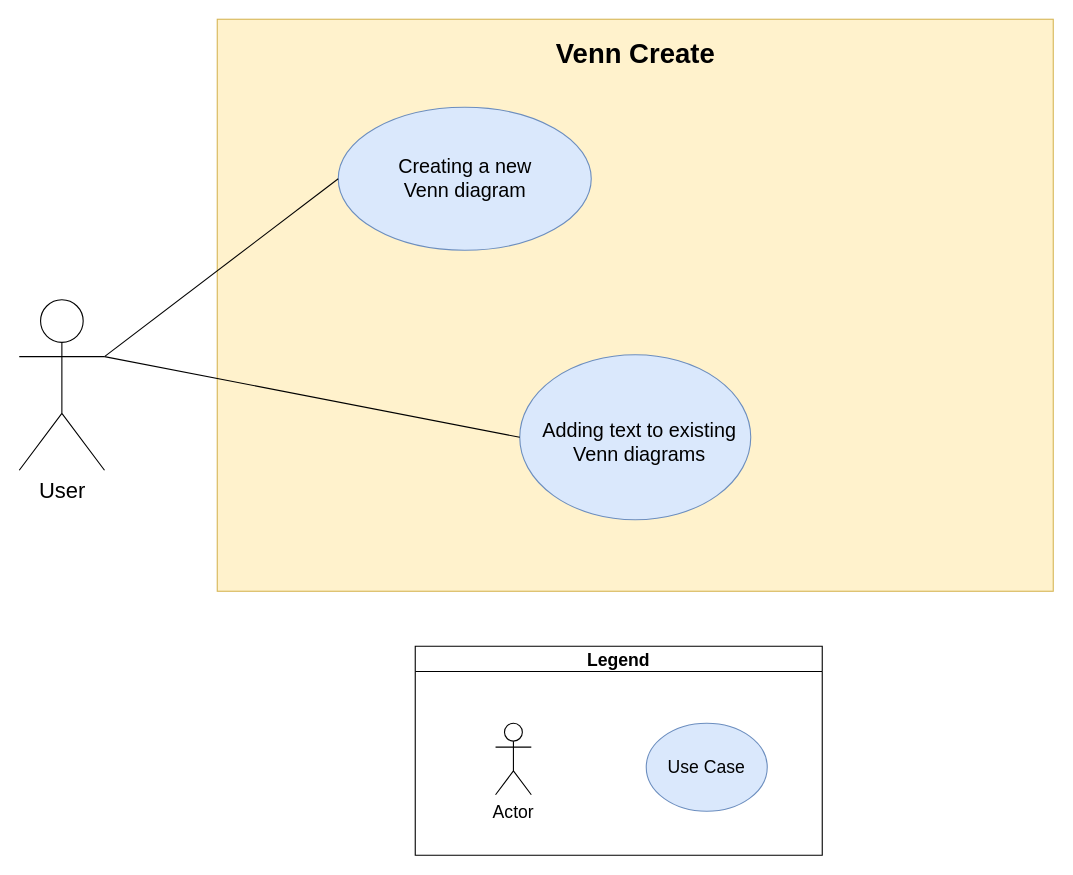
This is Documents/Venn-RD/draw.io/use-case-diagram.drawio from MaxsLi/EECS2311, a draw.io file, before an edit. Source tidied: cells renumbered, new cells numbered last; positions are measured from the earlier drawing's top-left corner, leaving out a move shared by most shapes. Both pictures are drawn from the tidied source at 110%, with x=0, y=0 at pixel (19, 19).
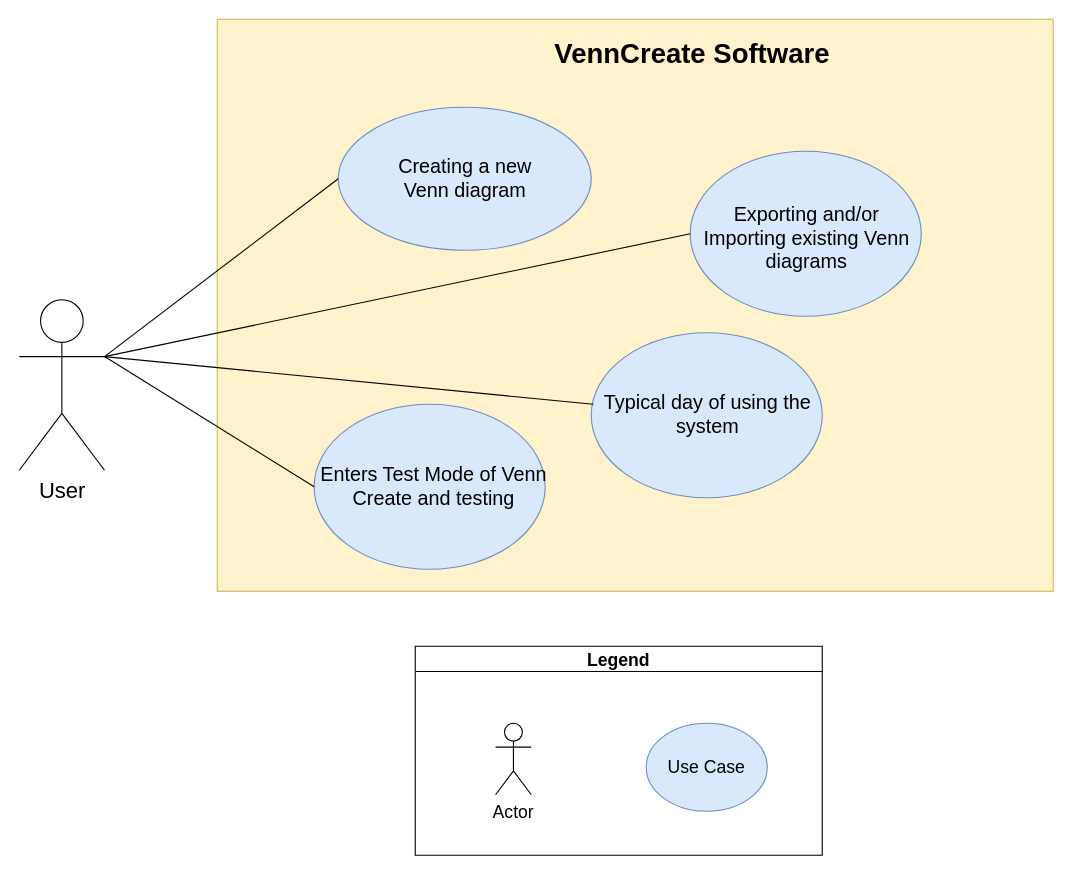
Above is the later version.

The change refers to these unchanged cells:
```xml
<mxCell id="2" value="User" style="shape=umlActor;verticalLabelPosition=bottom;labelBackgroundColor=#ffffff;verticalAlign=top;html=1;outlineConnect=0;fontSize=20;" parent="1" vertex="1">
  <mxGeometry y="255" width="77.5" height="155" as="geometry" />
</mxCell>
```

The edit, as a diff of the source:
```diff
@@
-    <mxCell id="3" style="whiteSpace=wrap;html=1;fillColor=#fff2cc;strokeColor=#d6b656;" parent="1" vertex="1">
-      <mxGeometry x="180" width="760" height="520" as="geometry" />
-    </mxCell>
-    <mxCell id="4" value="&lt;font style=&quot;font-size: 25px;&quot;&gt;&lt;b style=&quot;font-size: 25px;&quot;&gt;&lt;font style=&quot;font-size: 25px;&quot;&gt;Venn Create&lt;/font&gt;&lt;/b&gt;&lt;/font&gt;" style="text;html=1;strokeColor=none;fillColor=none;align=center;verticalAlign=middle;whiteSpace=wrap;rounded=0;fontSize=25;" parent="1" vertex="1">
-      <mxGeometry x="482.5" y="20" width="155" height="20" as="geometry" />
-    </mxCell>
+    <mxCell id="15" style="whiteSpace=wrap;html=1;fillColor=#fff2cc;strokeColor=#d6b656;" parent="1" vertex="1">
+      <mxGeometry x="180" width="760" height="520" as="geometry" />
+    </mxCell>
+    <mxCell id="16" value="&lt;font style=&quot;font-size: 25px&quot;&gt;&lt;b style=&quot;font-size: 25px&quot;&gt;&lt;font style=&quot;font-size: 25px&quot;&gt;VennCreate Software&lt;br&gt;&lt;/font&gt;&lt;/b&gt;&lt;/font&gt;" style="text;html=1;strokeColor=none;fillColor=none;align=center;verticalAlign=middle;whiteSpace=wrap;rounded=0;fontSize=25;" parent="1" vertex="1">
+      <mxGeometry x="482.5" y="20" width="257.5" height="20" as="geometry" />
+    </mxCell>
@@
-    <mxCell id="9" style="ellipse;whiteSpace=wrap;html=1;fillColor=#dae8fc;strokeColor=#6c8ebf;" parent="1" vertex="1">
-      <mxGeometry x="290" y="80" width="230" height="130" as="geometry" />
-    </mxCell>
+    <mxCell id="17" style="ellipse;whiteSpace=wrap;html=1;fillColor=#dae8fc;strokeColor=#6c8ebf;" parent="1" vertex="1">
+      <mxGeometry x="290" y="80" width="230" height="130" as="geometry" />
+    </mxCell>
@@
-    <mxCell id="11" style="ellipse;whiteSpace=wrap;html=1;fillColor=#dae8fc;strokeColor=#6c8ebf;" parent="1" vertex="1">
-      <mxGeometry x="455" y="305" width="210" height="150" as="geometry" />
-    </mxCell>
-    <mxCell id="12" value="&lt;div style=&quot;font-size: 18px&quot;&gt;&lt;font style=&quot;font-size: 18px&quot;&gt;Adding text to existing Venn diagrams&lt;/font&gt;&lt;/div&gt;" style="text;html=1;strokeColor=none;fillColor=none;align=center;verticalAlign=middle;whiteSpace=wrap;rounded=0;" parent="1" vertex="1">
-      <mxGeometry x="460" y="375" width="208.1" height="20" as="geometry" />
-    </mxCell>
-    <mxCell id="13" style="endArrow=none;html=1;entryX=0;entryY=0.5;entryDx=0;entryDy=0;exitX=1;exitY=0.3333333333333333;exitDx=0;exitDy=0;exitPerimeter=0;" parent="1" edge="1" source="2" target="9">
-      <mxGeometry relative="1" as="geometry" />
-    </mxCell>
-    <mxCell id="14" style="endArrow=none;html=1;entryX=0;entryY=0.5;entryDx=0;entryDy=0;exitX=1;exitY=0.3333333333333333;exitDx=0;exitDy=0;exitPerimeter=0;" parent="1" edge="1" source="2" target="11">
-      <mxGeometry relative="1" as="geometry" />
-    </mxCell>
+    <mxCell id="18" style="ellipse;whiteSpace=wrap;html=1;fillColor=#dae8fc;strokeColor=#6c8ebf;" parent="1" vertex="1">
+      <mxGeometry x="268.1" y="350" width="210" height="150" as="geometry" />
+    </mxCell>
+    <mxCell id="19" value="&lt;font style=&quot;font-size: 18px&quot;&gt;Enters Test Mode of Venn Create and testing&lt;br&gt;&lt;/font&gt;" style="text;html=1;strokeColor=none;fillColor=none;align=center;verticalAlign=middle;whiteSpace=wrap;rounded=0;" parent="1" vertex="1">
+      <mxGeometry x="273.1" y="415" width="208.1" height="20" as="geometry" />
+    </mxCell>
+    <mxCell id="20" style="endArrow=none;html=1;entryX=0;entryY=0.5;entryDx=0;entryDy=0;exitX=1;exitY=0.3333333333333333;exitDx=0;exitDy=0;exitPerimeter=0;" parent="1" edge="1" source="2" target="17">
+      <mxGeometry relative="1" as="geometry" />
+    </mxCell>
+    <mxCell id="21" style="endArrow=none;html=1;entryX=0;entryY=0.5;entryDx=0;entryDy=0;exitX=1;exitY=0.3333333333333333;exitDx=0;exitDy=0;exitPerimeter=0;" parent="1" edge="1" source="2" target="18">
+      <mxGeometry relative="1" as="geometry" />
+    </mxCell>
+    <mxCell id="22" style="ellipse;whiteSpace=wrap;html=1;fillColor=#dae8fc;strokeColor=#6c8ebf;" parent="1" vertex="1">
+      <mxGeometry x="610" y="120" width="210" height="150" as="geometry" />
+    </mxCell>
+    <mxCell id="23" value="&lt;font style=&quot;font-size: 18px&quot;&gt;Exporting and/or Importing existing Venn diagrams&lt;/font&gt;" style="text;html=1;strokeColor=none;fillColor=none;align=center;verticalAlign=middle;whiteSpace=wrap;rounded=0;" parent="1" vertex="1">
+      <mxGeometry x="611.9" y="190" width="208.1" height="20" as="geometry" />
+    </mxCell>
+    <mxCell id="24" style="endArrow=none;html=1;entryX=0;entryY=0.5;entryDx=0;entryDy=0;exitX=1;exitY=0.3333333333333333;exitDx=0;exitDy=0;exitPerimeter=0;" parent="1" edge="1" source="2" target="22">
+      <mxGeometry relative="1" as="geometry" />
+    </mxCell>
+    <mxCell id="25" style="ellipse;whiteSpace=wrap;html=1;fillColor=#dae8fc;strokeColor=#6c8ebf;" parent="1" vertex="1">
+      <mxGeometry x="520" y="285" width="210" height="150" as="geometry" />
+    </mxCell>
+    <mxCell id="26" value="&lt;font style=&quot;font-size: 18px&quot;&gt;Typical day of using the system&lt;br&gt;&lt;/font&gt;" style="text;html=1;strokeColor=none;fillColor=none;align=center;verticalAlign=middle;whiteSpace=wrap;rounded=0;" parent="1" vertex="1">
+      <mxGeometry x="521.9" y="350" width="208.1" height="20" as="geometry" />
+    </mxCell>
+    <mxCell id="27" style="endArrow=none;html=1;entryX=0;entryY=0;entryDx=0;entryDy=0;exitX=1;exitY=0.3333333333333333;exitDx=0;exitDy=0;exitPerimeter=0;" parent="1" edge="1" target="26">
+      <mxGeometry relative="1" as="geometry">
+        <mxPoint x="77.5" y="306.7" as="sourcePoint" />
+      </mxGeometry>
+    </mxCell>
```
